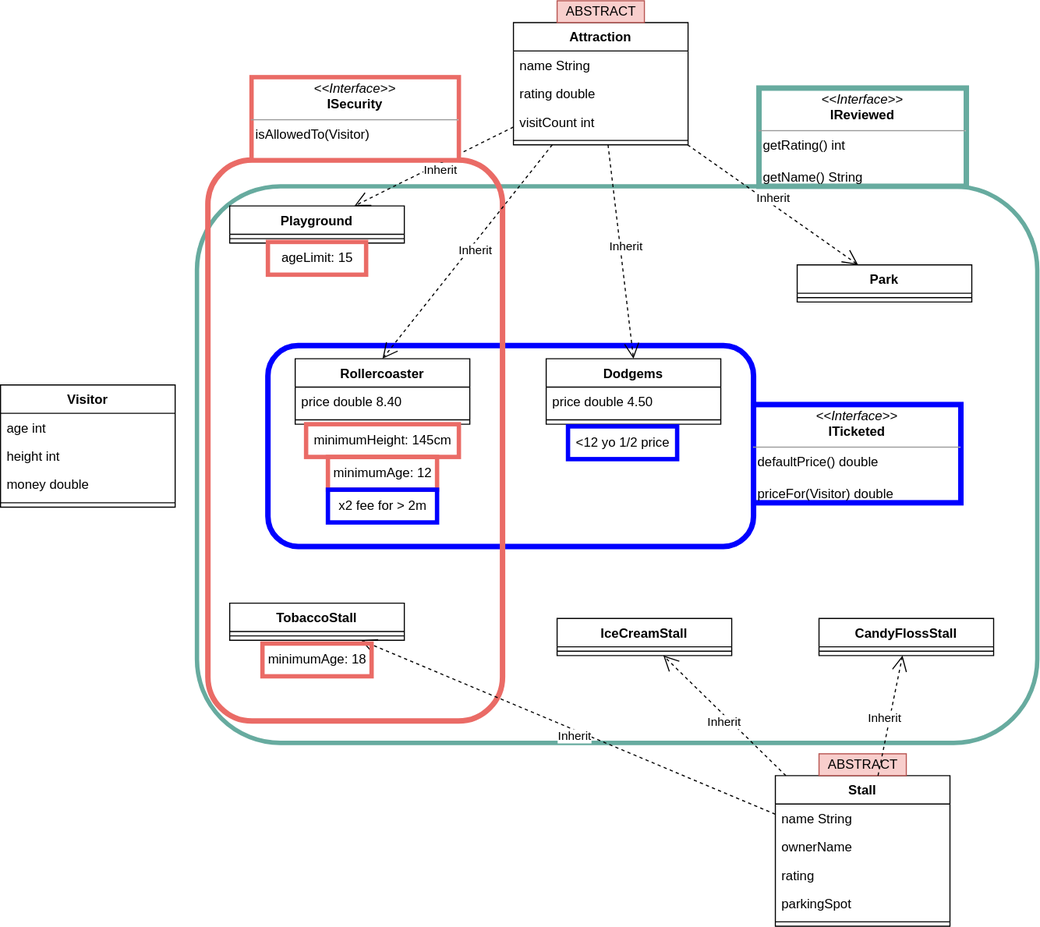
evelyn-sz/Java_Theme_Park keeps this draw.io diagram as ThemePark.svg. Above is the earlier version. Source tidied: cells renumbered, new cells last; positions are measured from the earlier drawing's top-left corner, leaving out a move shared by most shapes.
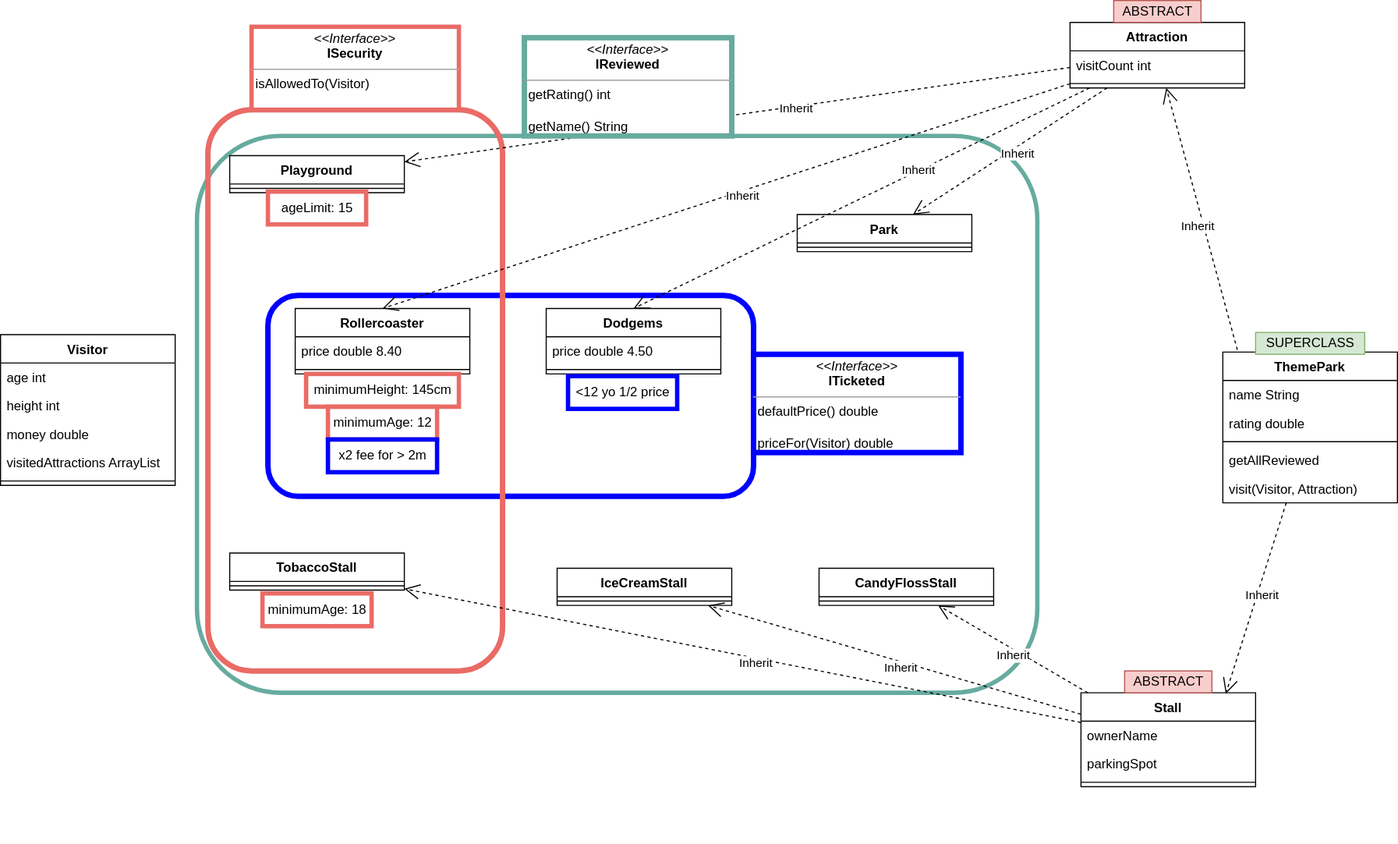
After the change.

What changed in the source:
```diff
@@ -12,37 +12,34 @@
       <mxGeometry x="190" y="146" width="270" height="514" as="geometry" />
     </mxCell>
     <mxCell id="5" value="Visitor" style="swimlane;fontStyle=1;align=center;verticalAlign=top;horizontal=1;startSize=26;" parent="1" vertex="1">
-      <mxGeometry y="352" width="160" height="112" as="geometry" />
+      <mxGeometry y="352" width="160" height="138" as="geometry" />
     </mxCell>
     <mxCell id="6" value="age int" style="text;strokeColor=none;fillColor=none;align=left;verticalAlign=top;spacingLeft=4;spacingRight=4;overflow=hidden;" parent="5" vertex="1">
       <mxGeometry y="26" width="160" height="26" as="geometry" />
     </mxCell>
+    <mxCell id="57" value="height int" style="text;strokeColor=none;fillColor=none;align=left;verticalAlign=top;spacingLeft=4;spacingRight=4;overflow=hidden;" parent="5" vertex="1">
+      <mxGeometry y="52" width="160" height="26" as="geometry" />
+    </mxCell>
-    <mxCell id="7" value="height int" style="text;strokeColor=none;fillColor=none;align=left;verticalAlign=top;spacingLeft=4;spacingRight=4;overflow=hidden;" parent="5" vertex="1">
-      <mxGeometry y="52" width="160" height="26" as="geometry" />
+    <mxCell id="7" value="money double" style="text;strokeColor=none;fillColor=none;align=left;verticalAlign=top;spacingLeft=4;spacingRight=4;overflow=hidden;" parent="5" vertex="1">
+      <mxGeometry y="78" width="160" height="26" as="geometry" />
     </mxCell>
-    <mxCell id="8" value="money double" style="text;strokeColor=none;fillColor=none;align=left;verticalAlign=top;spacingLeft=4;spacingRight=4;overflow=hidden;" parent="5" vertex="1">
-      <mxGeometry y="78" width="160" height="26" as="geometry" />
+    <mxCell id="8" value="visitedAttractions ArrayList" style="text;strokeColor=none;fillColor=none;align=left;verticalAlign=top;spacingLeft=4;spacingRight=4;overflow=hidden;" parent="5" vertex="1">
+      <mxGeometry y="104" width="160" height="26" as="geometry" />
     </mxCell>
     <mxCell id="9" style="line;strokeWidth=1;fillColor=none;align=left;verticalAlign=middle;spacingTop=-1;spacingLeft=3;spacingRight=3;labelPosition=right;" parent="5" vertex="1">
-      <mxGeometry y="104" width="160" height="8" as="geometry" />
+      <mxGeometry y="130" width="160" height="8" as="geometry" />
     </mxCell>
     <mxCell id="10" style="group;" parent="1" vertex="1">
-      <mxGeometry x="470" width="160" height="158" as="geometry" />
+      <mxGeometry x="980" y="46" width="160" height="158" as="geometry" />
     </mxCell>
     <mxCell id="11" value="Attraction" style="swimlane;fontStyle=1;align=center;verticalAlign=top;horizontal=1;startSize=26;" parent="10" vertex="1">
-      <mxGeometry y="20" width="160" height="112" as="geometry" />
+      <mxGeometry y="20" width="160" height="60" as="geometry" />
     </mxCell>
-    <mxCell id="12" value="name String" style="text;strokeColor=none;fillColor=none;align=left;verticalAlign=top;spacingLeft=4;spacingRight=4;overflow=hidden;" parent="11" vertex="1">
-      <mxGeometry y="26" width="160" height="26" as="geometry" />
-    </mxCell>
-    <mxCell id="13" value="rating double" style="text;strokeColor=none;fillColor=none;align=left;verticalAlign=top;spacingLeft=4;spacingRight=4;overflow=hidden;" parent="11" vertex="1">
-      <mxGeometry y="52" width="160" height="26" as="geometry" />
-    </mxCell>
     <mxCell id="14" value="visitCount int" style="text;strokeColor=none;fillColor=none;align=left;verticalAlign=top;spacingLeft=4;spacingRight=4;overflow=hidden;" parent="11" vertex="1">
-      <mxGeometry y="78" width="160" height="26" as="geometry" />
+      <mxGeometry y="26" width="160" height="26" as="geometry" />
     </mxCell>
     <mxCell id="15" style="line;strokeWidth=1;fillColor=none;align=left;verticalAlign=middle;spacingTop=-1;spacingLeft=3;spacingRight=3;labelPosition=right;" parent="11" vertex="1">
-      <mxGeometry y="104" width="160" height="8" as="geometry" />
+      <mxGeometry y="52" width="160" height="8" as="geometry" />
     </mxCell>
     <mxCell id="16" value="ABSTRACT" style="html=1;fillColor=#f8cecc;strokeColor=#b85450;" parent="10" vertex="1">
       <mxGeometry x="40" width="80" height="20" as="geometry" />
@@ -81,28 +78,22 @@
       <mxGeometry x="-0.04" y="5" relative="1" as="geometry" />
     </mxCell>
     <mxCell id="28" value="Inherit" style="endArrow=open;endSize=12;dashed=1;html=1;entryX=0.5;entryY=0;entryDx=0;entryDy=0;" parent="1" edge="1" source="11" target="17">
-      <mxGeometry x="-0.04" y="5" relative="1" as="geometry" />
+      <mxGeometry x="-0.25" y="-1" relative="1" as="geometry" />
     </mxCell>
     <mxCell id="29" style="group;" parent="1" vertex="1">
-      <mxGeometry x="710" y="690" width="160" height="158" as="geometry" />
+      <mxGeometry x="990" y="660" width="160" height="158" as="geometry" />
     </mxCell>
     <mxCell id="30" value="Stall" style="swimlane;fontStyle=1;align=center;verticalAlign=top;horizontal=1;startSize=26;" parent="29" vertex="1">
-      <mxGeometry y="20" width="160" height="138" as="geometry" />
+      <mxGeometry y="20" width="160" height="86" as="geometry" />
     </mxCell>
-    <mxCell id="31" value="name String" style="text;strokeColor=none;fillColor=none;align=left;verticalAlign=top;spacingLeft=4;spacingRight=4;overflow=hidden;" parent="30" vertex="1">
-      <mxGeometry y="26" width="160" height="26" as="geometry" />
-    </mxCell>
     <mxCell id="32" value="ownerName" style="text;strokeColor=none;fillColor=none;align=left;verticalAlign=top;spacingLeft=4;spacingRight=4;overflow=hidden;" parent="30" vertex="1">
-      <mxGeometry y="52" width="160" height="26" as="geometry" />
+      <mxGeometry y="26" width="160" height="26" as="geometry" />
     </mxCell>
-    <mxCell id="33" value="rating" style="text;strokeColor=none;fillColor=none;align=left;verticalAlign=top;spacingLeft=4;spacingRight=4;overflow=hidden;" parent="30" vertex="1">
-      <mxGeometry y="78" width="160" height="26" as="geometry" />
-    </mxCell>
     <mxCell id="34" value="parkingSpot" style="text;strokeColor=none;fillColor=none;align=left;verticalAlign=top;spacingLeft=4;spacingRight=4;overflow=hidden;" parent="30" vertex="1">
-      <mxGeometry y="104" width="160" height="26" as="geometry" />
+      <mxGeometry y="52" width="160" height="26" as="geometry" />
     </mxCell>
     <mxCell id="35" style="line;strokeWidth=1;fillColor=none;align=left;verticalAlign=middle;spacingTop=-1;spacingLeft=3;spacingRight=3;labelPosition=right;" parent="30" vertex="1">
-      <mxGeometry y="130" width="160" height="8" as="geometry" />
+      <mxGeometry y="78" width="160" height="8" as="geometry" />
     </mxCell>
     <mxCell id="36" value="ABSTRACT" style="html=1;fillColor=#f8cecc;strokeColor=#b85450;" parent="29" vertex="1">
       <mxGeometry x="40" width="80" height="20" as="geometry" />
@@ -135,7 +126,7 @@
       <mxGeometry x="-0.04" y="5" relative="1" as="geometry" />
     </mxCell>
     <mxCell id="46" value="Inherit" style="endArrow=open;endSize=12;dashed=1;html=1;" parent="1" edge="1" source="11" target="25">
-      <mxGeometry x="-0.04" y="5" relative="1" as="geometry" />
+      <mxGeometry x="-0.18" y="2" relative="1" as="geometry" />
     </mxCell>
     <mxCell id="47" value="Inherit" style="endArrow=open;endSize=12;dashed=1;html=1;" parent="1" edge="1" source="30" target="41">
       <mxGeometry x="-0.04" y="5" relative="1" as="geometry" />
@@ -147,7 +138,7 @@
       <mxGeometry x="230" y="70" width="190" height="76" as="geometry" />
     </mxCell>
     <mxCell id="50" value="&lt;p style=&quot;margin: 0px ; margin-top: 4px ; text-align: center&quot;&gt;&lt;i&gt;&amp;lt;&amp;lt;Interface&amp;gt;&amp;gt;&lt;/i&gt;&lt;br&gt;&lt;b&gt;IReviewed&lt;/b&gt;&lt;/p&gt;&lt;hr size=&quot;1&quot;&gt;&lt;p style=&quot;margin: 0px ; margin-left: 4px&quot;&gt;getRating() int&lt;/p&gt;&lt;p style=&quot;margin: 0px ; margin-left: 4px&quot;&gt;&lt;br&gt;getName() String&lt;/p&gt;" style="verticalAlign=top;align=left;overflow=fill;fontSize=12;fontFamily=Helvetica;html=1;strokeColor=#67AB9F;strokeWidth=5;" parent="1" vertex="1">
-      <mxGeometry x="695" y="80" width="190" height="90" as="geometry" />
+      <mxGeometry x="480" y="80" width="190" height="90" as="geometry" />
     </mxCell>
     <mxCell id="51" value="ageLimit: 15" style="html=1;strokeColor=#EA6B66;strokeWidth=4;fillColor=none;" parent="1" vertex="1">
       <mxGeometry x="245" y="221" width="90" height="30" as="geometry" />
@@ -167,5 +158,35 @@
     <mxCell id="56" value="&amp;lt;12 yo 1/2 price" style="html=1;strokeWidth=4;fillColor=none;strokeColor=#0000FF;" parent="1" vertex="1">
       <mxGeometry x="520" y="390" width="100" height="30" as="geometry" />
     </mxCell>
+    <mxCell id="58" value="Inherit" style="endArrow=open;endSize=12;dashed=1;html=1;exitX=0.083;exitY=-0.015;exitDx=0;exitDy=0;exitPerimeter=0;" parent="1" edge="1" source="61" target="11">
+      <mxGeometry x="-0.04" y="5" relative="1" as="geometry" />
+    </mxCell>
+    <mxCell id="59" value="Inherit" style="endArrow=open;endSize=12;dashed=1;html=1;entryX=0.829;entryY=0.012;entryDx=0;entryDy=0;entryPerimeter=0;" parent="1" edge="1" source="61" target="30">
+      <mxGeometry x="-0.04" y="5" relative="1" as="geometry" />
+    </mxCell>
+    <mxCell id="60" style="group;" parent="1" vertex="1">
+      <mxGeometry x="1120" y="350" width="160" height="130" as="geometry" />
+    </mxCell>
+    <mxCell id="61" value="ThemePark" style="swimlane;fontStyle=1;align=center;verticalAlign=top;horizontal=1;startSize=26;strokeWidth=1;fillColor=none;" parent="60" vertex="1">
+      <mxGeometry y="18" width="160" height="138" as="geometry" />
+    </mxCell>
+    <mxCell id="62" value="name String" style="text;strokeColor=none;fillColor=none;align=left;verticalAlign=top;spacingLeft=4;spacingRight=4;overflow=hidden;" parent="61" vertex="1">
+      <mxGeometry y="26" width="160" height="26" as="geometry" />
+    </mxCell>
+    <mxCell id="13" value="rating double" style="text;strokeColor=none;fillColor=none;align=left;verticalAlign=top;spacingLeft=4;spacingRight=4;overflow=hidden;" parent="61" vertex="1">
+      <mxGeometry y="52" width="160" height="26" as="geometry" />
+    </mxCell>
+    <mxCell id="63" style="line;strokeWidth=1;fillColor=none;align=left;verticalAlign=middle;spacingTop=-1;spacingLeft=3;spacingRight=3;labelPosition=right;" parent="61" vertex="1">
+      <mxGeometry y="78" width="160" height="8" as="geometry" />
+    </mxCell>
+    <mxCell id="64" value="getAllReviewed" style="text;strokeColor=none;fillColor=none;align=left;verticalAlign=top;spacingLeft=4;spacingRight=4;overflow=hidden;" parent="61" vertex="1">
+      <mxGeometry y="86" width="160" height="26" as="geometry" />
+    </mxCell>
+    <mxCell id="65" value="visit(Visitor, Attraction)" style="text;strokeColor=none;fillColor=none;align=left;verticalAlign=top;spacingLeft=4;spacingRight=4;overflow=hidden;" parent="61" vertex="1">
+      <mxGeometry y="112" width="160" height="26" as="geometry" />
+    </mxCell>
+    <mxCell id="66" value="SUPERCLASS" style="html=1;fillColor=#d5e8d4;strokeColor=#82b366;" parent="60" vertex="1">
+      <mxGeometry x="30" width="100" height="20" as="geometry" />
+    </mxCell>
   </root>
 </mxGraphModel>
```
